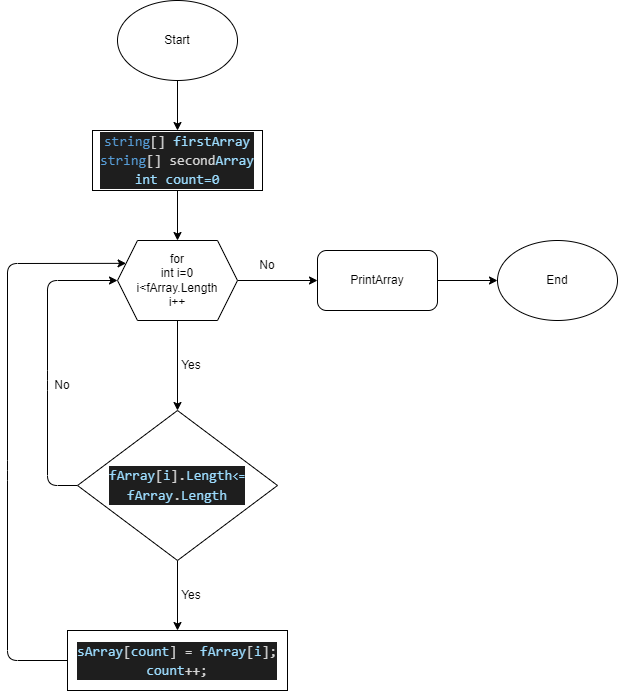
Above: Diagram/scheme.drawio.png in Eugeniya94/FinalTest_1 (draw.io), before the change. Source tidied: cells renumbered, new cells last; positions are measured from the earlier drawing's top-left corner, leaving out a move shared by most shapes. Source of this version:
```xml
<mxGraphModel>
  <root>
    <mxCell id="0" />
    <mxCell id="1" parent="0" />
    <mxCell id="2" style="edgeStyle=none;html=1;entryX=0.5;entryY=0;entryDx=0;entryDy=0;" parent="1" edge="1" source="3" target="6">
      <mxGeometry relative="1" as="geometry" />
    </mxCell>
    <mxCell id="3" value="&lt;div style=&quot;color: rgb(212 , 212 , 212) ; background-color: rgb(30 , 30 , 30) ; font-family: &amp;#34;consolas&amp;#34; , &amp;#34;courier new&amp;#34; , monospace ; font-size: 14px ; line-height: 19px&quot;&gt;&lt;span style=&quot;color: #569cd6&quot;&gt;string&lt;/span&gt;[] &lt;span style=&quot;color: #9cdcfe&quot;&gt;firstArray&lt;/span&gt;&lt;/div&gt;&lt;div style=&quot;color: rgb(212 , 212 , 212) ; background-color: rgb(30 , 30 , 30) ; font-family: &amp;#34;consolas&amp;#34; , &amp;#34;courier new&amp;#34; , monospace ; font-size: 14px ; line-height: 19px&quot;&gt;&lt;div style=&quot;font-family: &amp;#34;consolas&amp;#34; , &amp;#34;courier new&amp;#34; , monospace ; line-height: 19px&quot;&gt;&lt;span style=&quot;color: #569cd6&quot;&gt;string&lt;/span&gt;[] second&lt;span style=&quot;color: #9cdcfe&quot;&gt;Array&lt;/span&gt;&lt;/div&gt;&lt;div style=&quot;font-family: &amp;#34;consolas&amp;#34; , &amp;#34;courier new&amp;#34; , monospace ; line-height: 19px&quot;&gt;&lt;span style=&quot;color: #9cdcfe&quot;&gt;int count=0&lt;/span&gt;&lt;/div&gt;&lt;/div&gt;" style="rounded=0;whiteSpace=wrap;html=1;" parent="1" vertex="1">
      <mxGeometry x="85" y="130" width="170" height="60" as="geometry" />
    </mxCell>
    <mxCell id="4" style="edgeStyle=none;html=1;entryX=0.5;entryY=0;entryDx=0;entryDy=0;" parent="1" edge="1" source="6" target="9">
      <mxGeometry relative="1" as="geometry" />
    </mxCell>
    <mxCell id="5" style="edgeStyle=none;html=1;entryX=0;entryY=0.5;entryDx=0;entryDy=0;" parent="1" edge="1" source="6" target="16">
      <mxGeometry relative="1" as="geometry" />
    </mxCell>
    <mxCell id="6" value="for&lt;br&gt;int i=0&lt;br&gt;i&amp;lt;fArray.Length&lt;br&gt;i++" style="shape=hexagon;perimeter=hexagonPerimeter2;whiteSpace=wrap;html=1;fixedSize=1;" parent="1" vertex="1">
      <mxGeometry x="110" y="240" width="120" height="80" as="geometry" />
    </mxCell>
    <mxCell id="7" style="edgeStyle=none;html=1;" parent="1" edge="1" source="9" target="12">
      <mxGeometry relative="1" as="geometry" />
    </mxCell>
    <mxCell id="8" style="edgeStyle=none;html=1;entryX=0;entryY=0.5;entryDx=0;entryDy=0;exitX=0;exitY=0.5;exitDx=0;exitDy=0;" parent="1" edge="1" source="9" target="6">
      <mxGeometry relative="1" as="geometry">
        <Array as="points">
          <mxPoint x="40" y="485" />
          <mxPoint x="40" y="380" />
          <mxPoint x="40" y="280" />
        </Array>
      </mxGeometry>
    </mxCell>
    <mxCell id="9" value="&lt;div style=&quot;color: rgb(212 , 212 , 212) ; background-color: rgb(30 , 30 , 30) ; font-family: &amp;#34;consolas&amp;#34; , &amp;#34;courier new&amp;#34; , monospace ; line-height: 19px&quot;&gt;&lt;span style=&quot;font-size: 14px ; color: rgb(156 , 220 , 254)&quot;&gt;fArray&lt;/span&gt;&lt;span style=&quot;font-size: 14px&quot;&gt;[&lt;/span&gt;&lt;span style=&quot;font-size: 14px ; color: rgb(156 , 220 , 254)&quot;&gt;i&lt;/span&gt;&lt;span style=&quot;font-size: 14px&quot;&gt;].&lt;/span&gt;&lt;span style=&quot;color: rgb(156 , 220 , 254)&quot;&gt;&lt;span style=&quot;font-size: 14px&quot;&gt;Length&lt;/span&gt;&lt;span style=&quot;font-size: 11.6667px&quot;&gt;&amp;lt;=&lt;/span&gt;&lt;/span&gt;&lt;/div&gt;&lt;div style=&quot;color: rgb(212 , 212 , 212) ; background-color: rgb(30 , 30 , 30) ; font-family: &amp;#34;consolas&amp;#34; , &amp;#34;courier new&amp;#34; , monospace ; line-height: 19px&quot;&gt;&lt;div style=&quot;font-family: &amp;#34;consolas&amp;#34; , &amp;#34;courier new&amp;#34; , monospace ; font-size: 14px ; line-height: 19px&quot;&gt;&lt;span style=&quot;color: #9cdcfe&quot;&gt;fArray&lt;/span&gt;.&lt;span style=&quot;color: #9cdcfe&quot;&gt;Length&lt;/span&gt;&lt;/div&gt;&lt;/div&gt;" style="rhombus;whiteSpace=wrap;html=1;" parent="1" vertex="1">
      <mxGeometry x="70" y="410" width="200" height="150" as="geometry" />
    </mxCell>
    <mxCell id="10" value="Yes" style="text;html=1;strokeColor=none;fillColor=none;align=center;verticalAlign=middle;whiteSpace=wrap;rounded=0;" parent="1" vertex="1">
      <mxGeometry x="154" y="350" width="60" height="30" as="geometry" />
    </mxCell>
    <mxCell id="11" style="edgeStyle=none;html=1;entryX=0;entryY=0.25;entryDx=0;entryDy=0;exitX=0;exitY=0.5;exitDx=0;exitDy=0;" parent="1" edge="1" source="12" target="6">
      <mxGeometry relative="1" as="geometry">
        <Array as="points">
          <mxPoint y="660" />
          <mxPoint y="470" />
          <mxPoint y="263" />
        </Array>
      </mxGeometry>
    </mxCell>
    <mxCell id="12" value="&lt;div style=&quot;color: rgb(212 , 212 , 212) ; background-color: rgb(30 , 30 , 30) ; font-family: &amp;#34;consolas&amp;#34; , &amp;#34;courier new&amp;#34; , monospace ; font-size: 14px ; line-height: 19px&quot;&gt;&lt;div&gt;&lt;span style=&quot;color: #9cdcfe&quot;&gt;sArray&lt;/span&gt;[&lt;span style=&quot;color: #9cdcfe&quot;&gt;count&lt;/span&gt;] = &lt;span style=&quot;color: #9cdcfe&quot;&gt;fArray&lt;/span&gt;[&lt;span style=&quot;color: #9cdcfe&quot;&gt;i&lt;/span&gt;];&lt;/div&gt;&lt;div&gt;&lt;span style=&quot;color: #9cdcfe&quot;&gt;count&lt;/span&gt;++;&lt;/div&gt;&lt;/div&gt;" style="rounded=0;whiteSpace=wrap;html=1;" parent="1" vertex="1">
      <mxGeometry x="60" y="630" width="220" height="60" as="geometry" />
    </mxCell>
    <mxCell id="13" value="Yes" style="text;html=1;strokeColor=none;fillColor=none;align=center;verticalAlign=middle;whiteSpace=wrap;rounded=0;" parent="1" vertex="1">
      <mxGeometry x="154" y="580" width="60" height="30" as="geometry" />
    </mxCell>
    <mxCell id="14" value="No" style="text;html=1;strokeColor=none;fillColor=none;align=center;verticalAlign=middle;whiteSpace=wrap;rounded=0;" parent="1" vertex="1">
      <mxGeometry x="25" y="370" width="60" height="30" as="geometry" />
    </mxCell>
    <mxCell id="15" style="edgeStyle=none;html=1;" parent="1" edge="1" source="16" target="18">
      <mxGeometry relative="1" as="geometry" />
    </mxCell>
    <mxCell id="16" value="PrintArray" style="rounded=1;whiteSpace=wrap;html=1;" parent="1" vertex="1">
      <mxGeometry x="310" y="250" width="120" height="60" as="geometry" />
    </mxCell>
    <mxCell id="17" value="No" style="text;html=1;strokeColor=none;fillColor=none;align=center;verticalAlign=middle;whiteSpace=wrap;rounded=0;" parent="1" vertex="1">
      <mxGeometry x="230" y="250" width="60" height="30" as="geometry" />
    </mxCell>
    <mxCell id="18" value="End" style="ellipse;whiteSpace=wrap;html=1;" parent="1" vertex="1">
      <mxGeometry x="490" y="240" width="120" height="80" as="geometry" />
    </mxCell>
    <mxCell id="19" style="edgeStyle=none;html=1;entryX=0.5;entryY=0;entryDx=0;entryDy=0;" parent="1" edge="1" source="20" target="3">
      <mxGeometry relative="1" as="geometry" />
    </mxCell>
    <mxCell id="20" value="Start" style="ellipse;whiteSpace=wrap;html=1;" parent="1" vertex="1">
      <mxGeometry x="110" width="120" height="80" as="geometry" />
    </mxCell>
  </root>
</mxGraphModel>
```
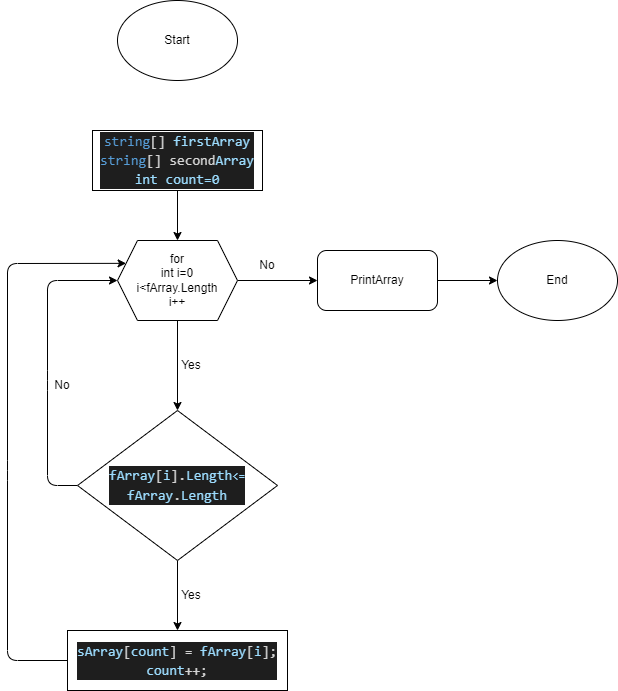
The same diagram one commit later.

The edit, as a diff of the source:
```diff
@@ -65,7 +65,7 @@
     <mxCell id="18" value="End" style="ellipse;whiteSpace=wrap;html=1;" parent="1" vertex="1">
       <mxGeometry x="490" y="240" width="120" height="80" as="geometry" />
     </mxCell>
-    <mxCell id="19" style="edgeStyle=none;html=1;entryX=0.5;entryY=0;entryDx=0;entryDy=0;" parent="1" edge="1" source="20" target="3">
+    <mxCell id="19" style="edgeStyle=none;html=1;entryX=0.5;entryY=0;entryDx=0;entryDy=0;strokeColor=#FFFFFF;" parent="1" edge="1" source="20" target="3">
       <mxGeometry relative="1" as="geometry" />
     </mxCell>
     <mxCell id="20" value="Start" style="ellipse;whiteSpace=wrap;html=1;" parent="1" vertex="1">
```
